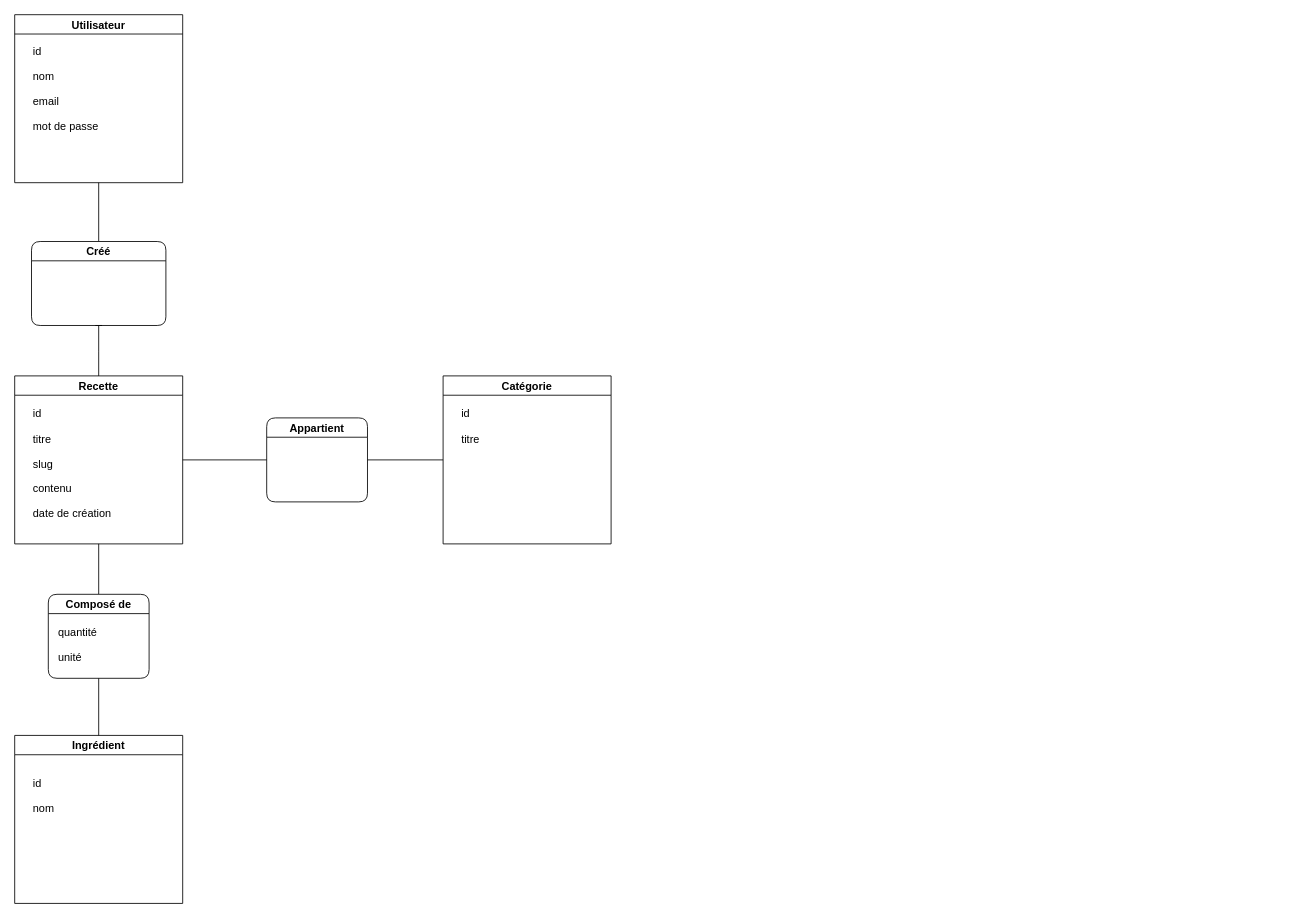
Before: Diagramme sans nom.drawio in imbertf/cooking-app-project, a draw.io diagram. Source tidied: cells renumbered, new cells numbered last; positions are measured from the earlier drawing's top-left corner, leaving out a move shared by most shapes. Both pictures are drawn from the tidied source at 84%, with x=0, y=0 at pixel (14, 14).
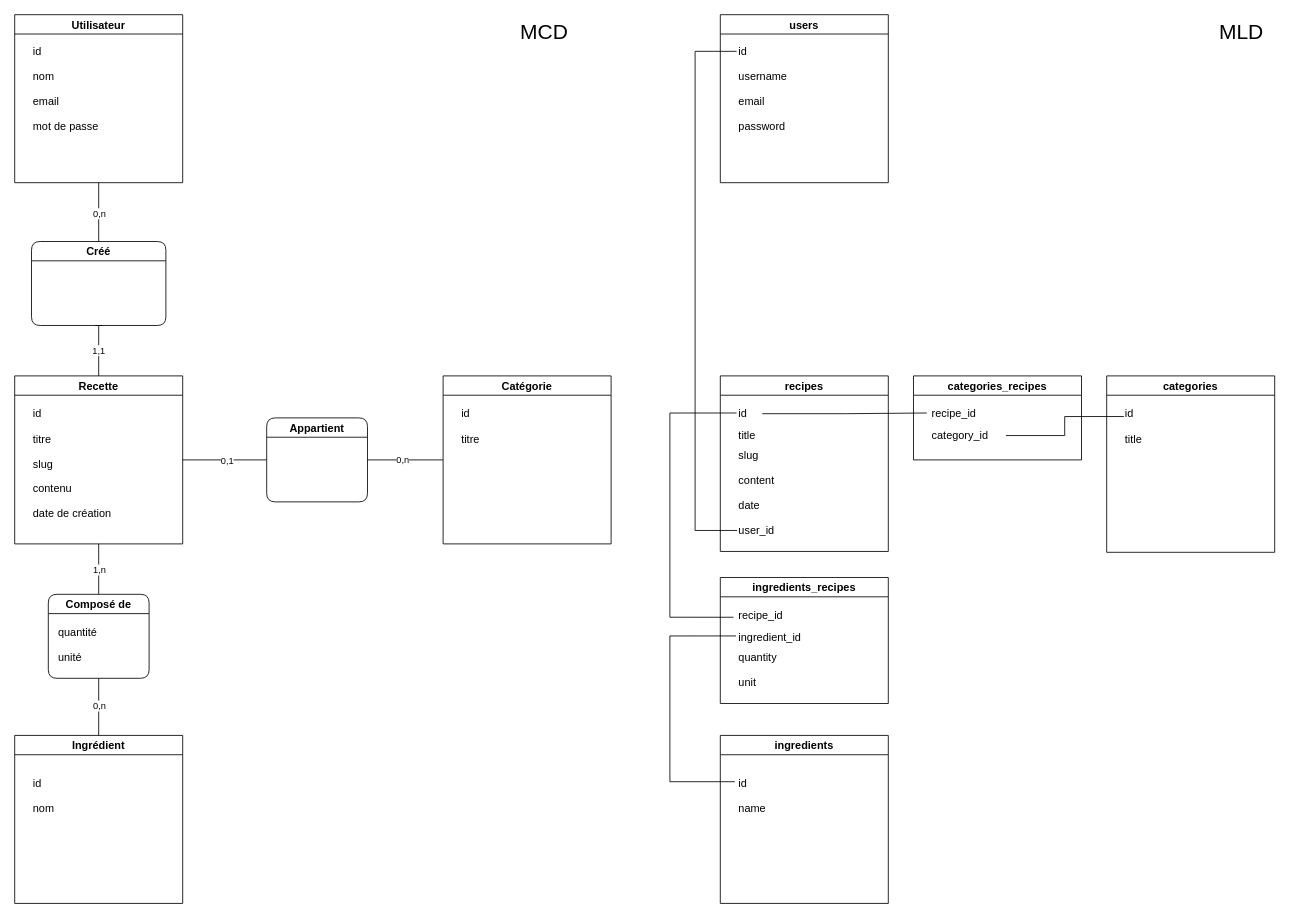
After the change.

The change refers to these unchanged cells:
```xml
<mxCell id="2" style="edgeStyle=orthogonalEdgeStyle;rounded=0;jettySize=auto;html=1;endArrow=baseDash;endFill=0;fontSize=13;" parent="1" edge="1" source="4">
  <mxGeometry relative="1" as="geometry">
    <mxPoint x="100" y="370" as="targetPoint" />
  </mxGeometry>
</mxCell>
<mxCell id="3" style="edgeStyle=orthogonalEdgeStyle;rounded=0;jettySize=auto;html=1;exitX=0.5;exitY=1;exitDx=0;exitDy=0;entryX=0.5;entryY=0;entryDx=0;entryDy=0;endArrow=none;endFill=0;fontSize=13;" parent="1" edge="1" source="4" target="26">
  <mxGeometry relative="1" as="geometry" />
</mxCell>
<mxCell id="21" style="edgeStyle=orthogonalEdgeStyle;rounded=0;jettySize=auto;html=1;entryX=0;entryY=0.5;entryDx=0;entryDy=0;endArrow=none;endFill=0;fontSize=13;" parent="1" edge="1" source="22" target="10">
  <mxGeometry relative="1" as="geometry" />
</mxCell>
<mxCell id="23" style="edgeStyle=orthogonalEdgeStyle;shape=connector;rounded=0;jettySize=auto;html=1;entryX=0.5;entryY=1;entryDx=0;entryDy=0;labelBackgroundColor=default;strokeColor=default;fontFamily=Helvetica;fontSize=13;fontColor=default;endArrow=none;endFill=0;" parent="1" edge="1" source="24" target="16">
  <mxGeometry relative="1" as="geometry" />
</mxCell>
<mxCell id="25" style="edgeStyle=orthogonalEdgeStyle;shape=connector;rounded=0;jettySize=auto;html=1;entryX=0.5;entryY=0;entryDx=0;entryDy=0;labelBackgroundColor=default;strokeColor=default;fontFamily=Helvetica;fontSize=13;fontColor=default;endArrow=none;endFill=0;" parent="1" edge="1" source="26" target="13">
  <mxGeometry relative="1" as="geometry" />
</mxCell>
<mxCell id="29" style="endArrow=none;html=1;rounded=0;exitX=1;exitY=0.5;exitDx=0;exitDy=0;entryX=0;entryY=0.5;entryDx=0;entryDy=0;fontSize=13;" parent="1" edge="1" source="4" target="22">
  <mxGeometry relative="1" as="geometry" />
</mxCell>
```

The edit, as a diff of the source:
```diff
@@
+    <mxCell id="30" value="1,1" style="edgeLabel;html=1;align=center;verticalAlign=middle;" parent="2" vertex="1">
+      <mxGeometry x="-0.02" relative="1" as="geometry">
+        <mxPoint x="-1" y="-1" as="offset" />
+      </mxGeometry>
+    </mxCell>
@@
+    <mxCell id="31" value="1,n" style="edgeLabel;html=1;align=center;verticalAlign=middle;" parent="3" vertex="1">
+      <mxGeometry relative="1" as="geometry" />
+    </mxCell>
@@
+    <mxCell id="32" value="0,n" style="edgeLabel;html=1;align=center;verticalAlign=middle;" parent="21" vertex="1">
+      <mxGeometry x="-0.08" y="1" relative="1" as="geometry" />
+    </mxCell>
@@
+    <mxCell id="33" value="0,n" style="edgeLabel;html=1;align=center;verticalAlign=middle;" parent="23" vertex="1">
+      <mxGeometry x="-0.04" y="-3" relative="1" as="geometry">
+        <mxPoint x="-3" as="offset" />
+      </mxGeometry>
+    </mxCell>
@@
+    <mxCell id="34" value="0,n" style="edgeLabel;html=1;align=center;verticalAlign=middle;" parent="25" vertex="1">
+      <mxGeometry x="-0.07" relative="1" as="geometry" />
+    </mxCell>
@@
+    <mxCell id="35" value="0,1" style="edgeLabel;html=1;align=center;verticalAlign=middle;" parent="29" vertex="1">
+      <mxGeometry x="0.04" relative="1" as="geometry" />
+    </mxCell>
+    <mxCell id="36" value="recipes" style="swimlane;whiteSpace=wrap;html=1;fontSize=13;startSize=23;" parent="1" vertex="1">
+      <mxGeometry x="840" y="430" width="200" height="209" as="geometry" />
+    </mxCell>
+    <mxCell id="37" value="id" style="text;html=1;align=left;verticalAlign=middle;points=[];strokeColor=none;fillColor=none;fontSize=13;fontFamily=Helvetica;fontColor=default;" parent="36" vertex="1">
+      <mxGeometry x="20" y="30" width="30" height="30" as="geometry" />
+    </mxCell>
+    <mxCell id="38" value="title" style="text;html=1;align=left;verticalAlign=middle;strokeColor=none;fillColor=none;fontSize=13;fontFamily=Helvetica;fontColor=default;" parent="36" vertex="1">
+      <mxGeometry x="20" y="56" width="40" height="30" as="geometry" />
+    </mxCell>
+    <mxCell id="39" value="content" style="text;html=1;align=left;verticalAlign=middle;strokeColor=none;fillColor=none;fontSize=13;fontFamily=Helvetica;fontColor=default;" parent="36" vertex="1">
+      <mxGeometry x="20" y="109" width="70" height="30" as="geometry" />
+    </mxCell>
+    <mxCell id="40" value="date" style="text;html=1;align=left;verticalAlign=middle;strokeColor=none;fillColor=none;fontSize=13;fontFamily=Helvetica;fontColor=default;" parent="36" vertex="1">
+      <mxGeometry x="20" y="139" width="50" height="30" as="geometry" />
+    </mxCell>
+    <mxCell id="41" value="slug" style="text;html=1;align=left;verticalAlign=middle;strokeColor=none;fillColor=none;fontSize=13;fontFamily=Helvetica;fontColor=default;" parent="36" vertex="1">
+      <mxGeometry x="20" y="80" width="50" height="30" as="geometry" />
+    </mxCell>
+    <mxCell id="42" value="user_id" style="text;html=1;align=left;verticalAlign=middle;points=[];strokeColor=none;fillColor=none;fontSize=13;fontFamily=Helvetica;fontColor=default;" parent="36" vertex="1">
+      <mxGeometry x="20" y="169" width="70" height="30" as="geometry" />
+    </mxCell>
+    <mxCell id="43" value="ingredients" style="swimlane;whiteSpace=wrap;html=1;fontSize=13;" parent="1" vertex="1">
+      <mxGeometry x="840" y="858" width="200" height="200" as="geometry" />
+    </mxCell>
+    <mxCell id="44" value="name" style="text;html=1;align=left;verticalAlign=middle;strokeColor=none;fillColor=none;fontSize=13;fontFamily=Helvetica;fontColor=default;" parent="43" vertex="1">
+      <mxGeometry x="20" y="72" width="60" height="30" as="geometry" />
+    </mxCell>
+    <mxCell id="45" value="id" style="text;html=1;align=left;verticalAlign=middle;points=[];strokeColor=none;fillColor=none;fontSize=13;fontFamily=Helvetica;fontColor=default;" parent="43" vertex="1">
+      <mxGeometry x="20" y="42" width="30" height="30" as="geometry" />
+    </mxCell>
+    <mxCell id="46" value="users" style="swimlane;whiteSpace=wrap;html=1;fontSize=13;" parent="1" vertex="1">
+      <mxGeometry x="840" width="200" height="200" as="geometry" />
+    </mxCell>
+    <mxCell id="47" value="username" style="text;html=1;align=left;verticalAlign=middle;strokeColor=none;fillColor=none;fontSize=13;fontFamily=Helvetica;fontColor=default;" parent="46" vertex="1">
+      <mxGeometry x="20" y="58" width="80" height="30" as="geometry" />
+    </mxCell>
+    <mxCell id="48" value="id" style="text;html=1;align=left;verticalAlign=middle;points=[];strokeColor=none;fillColor=none;fontSize=13;fontFamily=Helvetica;fontColor=default;" parent="46" vertex="1">
+      <mxGeometry x="20" y="28" width="30" height="30" as="geometry" />
+    </mxCell>
+    <mxCell id="49" value="email" style="text;html=1;align=left;verticalAlign=middle;strokeColor=none;fillColor=none;fontSize=13;fontFamily=Helvetica;fontColor=default;" parent="46" vertex="1">
+      <mxGeometry x="20" y="88" width="50" height="30" as="geometry" />
+    </mxCell>
+    <mxCell id="50" value="password" style="text;html=1;align=left;verticalAlign=middle;strokeColor=none;fillColor=none;fontSize=13;fontFamily=Helvetica;fontColor=default;" parent="46" vertex="1">
+      <mxGeometry x="20" y="118" width="80" height="30" as="geometry" />
+    </mxCell>
+    <mxCell id="51" value="categories" style="swimlane;whiteSpace=wrap;html=1;fontSize=13;" parent="1" vertex="1">
+      <mxGeometry x="1300" y="430" width="200" height="210" as="geometry" />
+    </mxCell>
+    <mxCell id="52" value="id" style="text;html=1;align=left;verticalAlign=middle;points=[];strokeColor=none;fillColor=none;fontSize=13;fontFamily=Helvetica;fontColor=default;" parent="51" vertex="1">
+      <mxGeometry x="20" y="30" width="30" height="30" as="geometry" />
+    </mxCell>
+    <mxCell id="53" value="title" style="text;html=1;align=left;verticalAlign=middle;strokeColor=none;fillColor=none;fontSize=13;fontFamily=Helvetica;fontColor=default;" parent="51" vertex="1">
+      <mxGeometry x="20" y="60" width="40" height="30" as="geometry" />
+    </mxCell>
+    <mxCell id="54" style="edgeStyle=orthogonalEdgeStyle;shape=connector;rounded=0;jettySize=auto;html=1;entryX=-0.019;entryY=0.521;entryDx=0;entryDy=0;entryPerimeter=0;labelBackgroundColor=default;strokeColor=default;fontFamily=Helvetica;fontSize=11;fontColor=default;endArrow=none;endFill=0;" parent="1" edge="1" source="42" target="48">
+      <mxGeometry relative="1" as="geometry">
+        <Array as="points">
+          <mxPoint x="810" y="614" />
+          <mxPoint x="810" y="44" />
+        </Array>
+      </mxGeometry>
+    </mxCell>
+    <mxCell id="55" value="categories_recipes" style="swimlane;whiteSpace=wrap;html=1;fontSize=13;startSize=23;" parent="1" vertex="1">
+      <mxGeometry x="1070" y="430" width="200" height="100" as="geometry" />
+    </mxCell>
+    <mxCell id="56" value="recipe_id" style="text;html=1;align=left;verticalAlign=middle;points=[];strokeColor=none;fillColor=none;fontSize=13;fontFamily=Helvetica;fontColor=default;" parent="55" vertex="1">
+      <mxGeometry x="20" y="30" width="80" height="30" as="geometry" />
+    </mxCell>
+    <mxCell id="57" value="category_id" style="text;html=1;align=left;verticalAlign=middle;points=[];strokeColor=none;fillColor=none;fontSize=13;fontFamily=Helvetica;fontColor=default;" parent="55" vertex="1">
+      <mxGeometry x="20" y="56" width="90" height="30" as="geometry" />
+    </mxCell>
+    <mxCell id="58" style="edgeStyle=orthogonalEdgeStyle;shape=connector;rounded=0;jettySize=auto;html=1;entryX=-0.053;entryY=0.472;entryDx=0;entryDy=0;entryPerimeter=0;labelBackgroundColor=default;strokeColor=default;fontFamily=Helvetica;fontSize=11;fontColor=default;endArrow=none;endFill=0;" parent="1" edge="1" source="37" target="56">
+      <mxGeometry relative="1" as="geometry" />
+    </mxCell>
+    <mxCell id="59" style="edgeStyle=orthogonalEdgeStyle;shape=connector;rounded=0;jettySize=auto;html=1;entryX=0.016;entryY=0.612;entryDx=0;entryDy=0;entryPerimeter=0;labelBackgroundColor=default;strokeColor=default;fontFamily=Helvetica;fontSize=11;fontColor=default;endArrow=none;endFill=0;" parent="1" edge="1" source="57" target="52">
+      <mxGeometry relative="1" as="geometry" />
+    </mxCell>
+    <mxCell id="60" value="ingredients_recipes" style="swimlane;whiteSpace=wrap;html=1;fontSize=13;startSize=23;" parent="1" vertex="1">
+      <mxGeometry x="840" y="670" width="200" height="150" as="geometry" />
+    </mxCell>
+    <mxCell id="61" value="recipe_id" style="text;html=1;align=left;verticalAlign=middle;points=[];strokeColor=none;fillColor=none;fontSize=13;fontFamily=Helvetica;fontColor=default;" parent="60" vertex="1">
+      <mxGeometry x="20" y="30" width="80" height="30" as="geometry" />
+    </mxCell>
+    <mxCell id="62" value="ingredient_id" style="text;html=1;align=left;verticalAlign=middle;points=[];strokeColor=none;fillColor=none;fontSize=13;fontFamily=Helvetica;fontColor=default;" parent="60" vertex="1">
+      <mxGeometry x="20" y="56" width="100" height="30" as="geometry" />
+    </mxCell>
+    <mxCell id="63" value="quantity" style="text;html=1;align=left;verticalAlign=middle;strokeColor=none;fillColor=none;fontSize=13;fontFamily=Helvetica;fontColor=default;" parent="60" vertex="1">
+      <mxGeometry x="20" y="80" width="70" height="30" as="geometry" />
+    </mxCell>
+    <mxCell id="64" value="unit" style="text;html=1;align=left;verticalAlign=middle;strokeColor=none;fillColor=none;fontSize=13;fontFamily=Helvetica;fontColor=default;" parent="60" vertex="1">
+      <mxGeometry x="20" y="110" width="40" height="30" as="geometry" />
+    </mxCell>
+    <mxCell id="65" style="edgeStyle=orthogonalEdgeStyle;shape=connector;rounded=0;jettySize=auto;html=1;entryX=-0.019;entryY=0.472;entryDx=0;entryDy=0;entryPerimeter=0;labelBackgroundColor=default;strokeColor=default;fontFamily=Helvetica;fontSize=11;fontColor=default;endArrow=none;endFill=0;exitX=-0.053;exitY=0.578;exitDx=0;exitDy=0;exitPerimeter=0;" parent="1" edge="1" source="61" target="37">
+      <mxGeometry relative="1" as="geometry">
+        <Array as="points">
+          <mxPoint x="780" y="717" />
+          <mxPoint x="780" y="474" />
+        </Array>
+      </mxGeometry>
+    </mxCell>
+    <mxCell id="66" style="edgeStyle=orthogonalEdgeStyle;shape=connector;rounded=0;jettySize=auto;html=1;labelBackgroundColor=default;strokeColor=default;fontFamily=Helvetica;fontSize=11;fontColor=default;endArrow=none;endFill=0;entryX=-0.089;entryY=0.437;entryDx=0;entryDy=0;entryPerimeter=0;exitX=-0.013;exitY=0.452;exitDx=0;exitDy=0;exitPerimeter=0;" parent="1" edge="1" source="62" target="45">
+      <mxGeometry relative="1" as="geometry">
+        <Array as="points">
+          <mxPoint x="780" y="740" />
+          <mxPoint x="780" y="913" />
+        </Array>
+      </mxGeometry>
+    </mxCell>
+    <mxCell id="67" value="MCD" style="text;html=1;align=center;verticalAlign=middle;strokeColor=none;fillColor=none;fontSize=25;fontFamily=Helvetica;fontColor=default;" parent="1" vertex="1">
+      <mxGeometry x="590" width="80" height="40" as="geometry" />
+    </mxCell>
+    <mxCell id="68" value="MLD" style="text;html=1;align=center;verticalAlign=middle;strokeColor=none;fillColor=none;fontSize=25;fontFamily=Helvetica;fontColor=default;" parent="1" vertex="1">
+      <mxGeometry x="1420" width="80" height="40" as="geometry" />
+    </mxCell>
```
